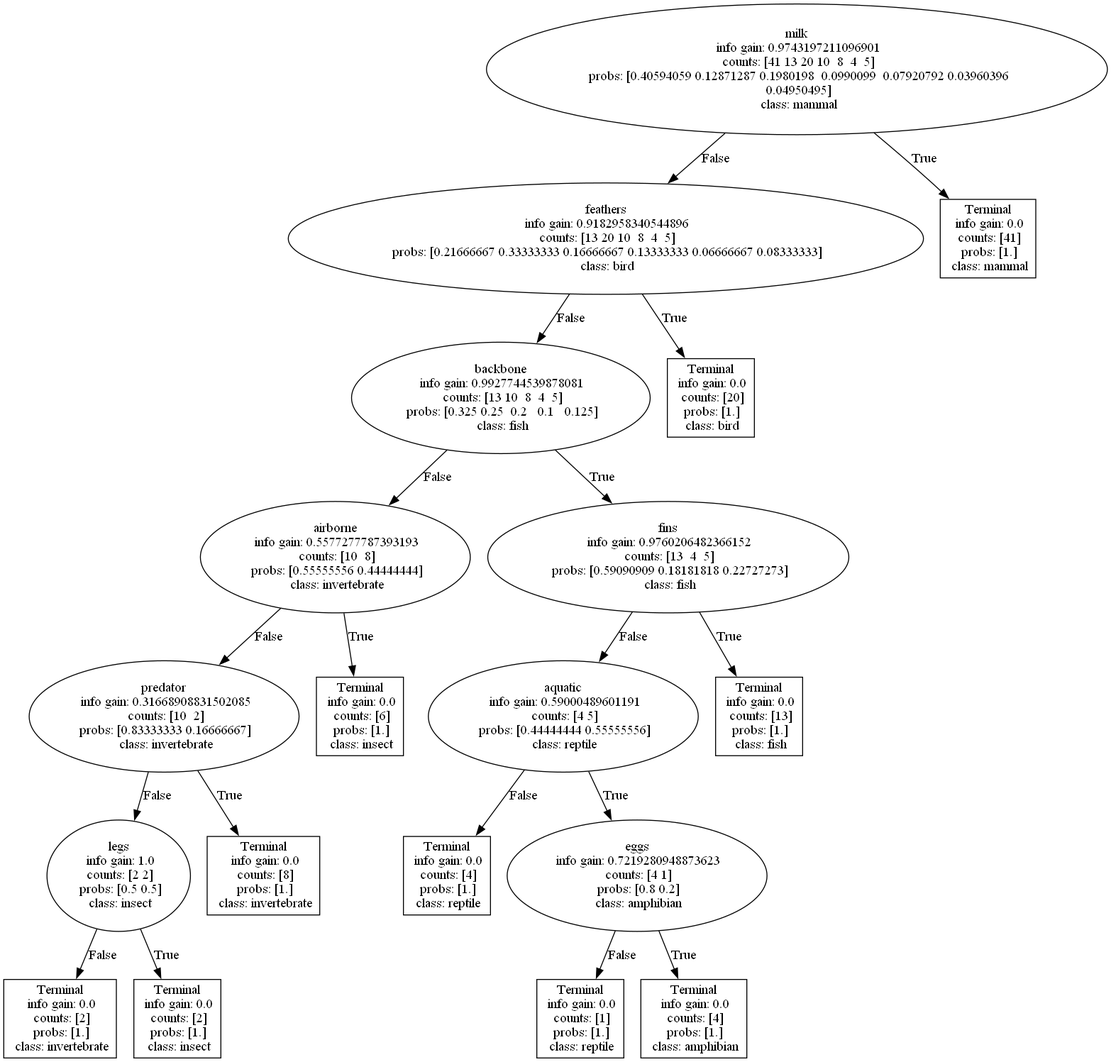
m-czarnota/computational-intelligence keeps this Graphviz diagram as machine-learning-1/zad2/Source.gv.png. Above is the earlier version. Its source is kept beside it as machine-learning-1/zad2/Source.gv.
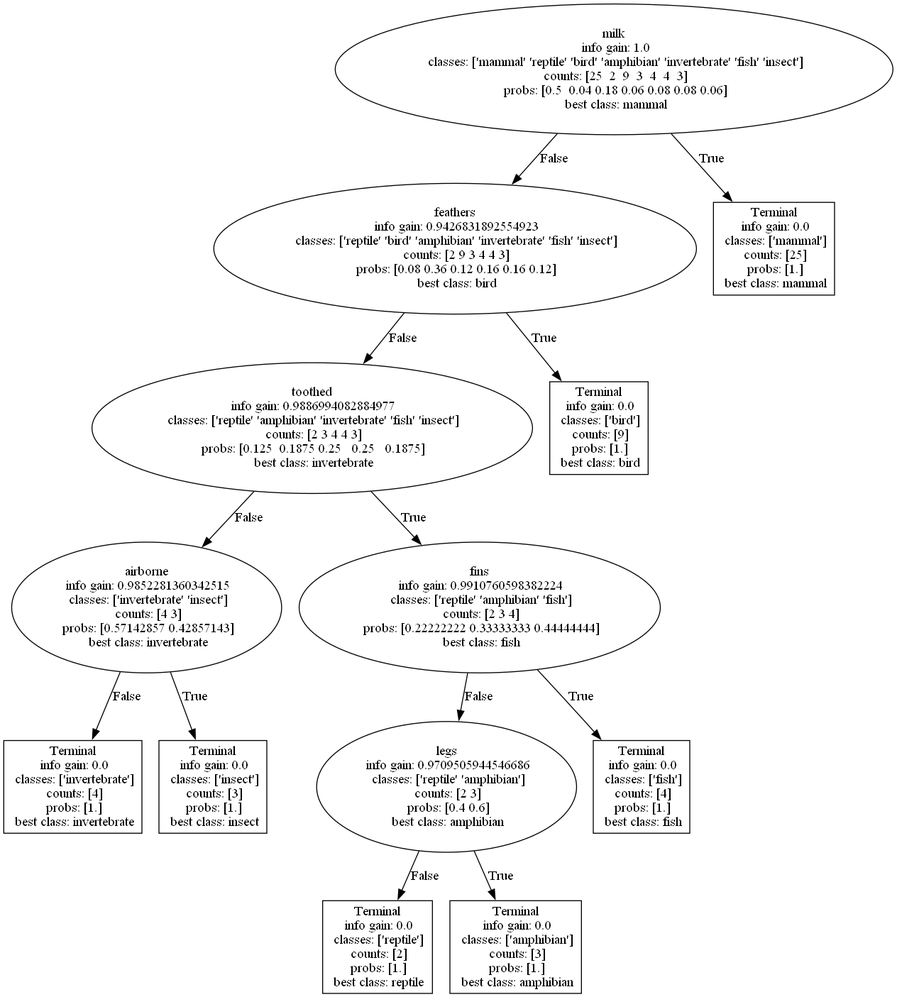
The same file after the commit.

Change to the diagram source:
```diff
@@ -1,153 +1,78 @@
-digraph G {0 [label="milk
- info gain: 0.9743197211096901
- counts: [41 13 20 10  8  4  5]
- probs: [0.40594059 0.12871287 0.1980198  0.0990099  0.07920792 0.03960396
- 0.04950495]
- class: mammal"]
-
-
-0->1 [label="False"]
-0->18 [label="True"]
-1 [label="feathers
- info gain: 0.9182958340544896
- counts: [13 20 10  8  4  5]
- probs: [0.21666667 0.33333333 0.16666667 0.13333333 0.06666667 0.08333333]
- class: bird"]
-
-
-1->2 [label="False"]
-1->17 [label="True"]
-18 [shape="box", label="Terminal
- info gain: 0.0
- counts: [41]
- probs: [1.]
- class: mammal"]
-
-
-2 [label="backbone
- info gain: 0.9927744539878081
- counts: [13 10  8  4  5]
- probs: [0.325 0.25  0.2   0.1   0.125]
- class: fish"]
-
-
-2->3 [label="False"]
-2->10 [label="True"]
-17 [shape="box", label="Terminal
- info gain: 0.0
- counts: [20]
- probs: [1.]
- class: bird"]
-
-
-3 [label="airborne
- info gain: 0.5577277787393193
- counts: [10  8]
- probs: [0.55555556 0.44444444]
- class: invertebrate"]
-
-
-3->4 [label="False"]
-3->9 [label="True"]
-10 [label="fins
- info gain: 0.9760206482366152
- counts: [13  4  5]
- probs: [0.59090909 0.18181818 0.22727273]
- class: fish"]
-
-
-10->11 [label="False"]
-10->16 [label="True"]
-4 [label="predator
- info gain: 0.31668908831502085
- counts: [10  2]
- probs: [0.83333333 0.16666667]
- class: invertebrate"]
-
-
-4->5 [label="False"]
-4->8 [label="True"]
-9 [shape="box", label="Terminal
- info gain: 0.0
- counts: [6]
- probs: [1.]
- class: insect"]
-
-
-11 [label="aquatic
- info gain: 0.59000489601191
- counts: [4 5]
- probs: [0.44444444 0.55555556]
- class: reptile"]
-
-
-11->12 [label="False"]
-11->13 [label="True"]
-16 [shape="box", label="Terminal
- info gain: 0.0
- counts: [13]
- probs: [1.]
- class: fish"]
-
-
-5 [label="legs
+digraph G {0 [shape="ellipse", label="milk
  info gain: 1.0
- counts: [2 2]
- probs: [0.5 0.5]
- class: insect"]
-
-
-5->6 [label="False"]
-5->7 [label="True"]
-8 [shape="box", label="Terminal
- info gain: 0.0
- counts: [8]
- probs: [1.]
- class: invertebrate"]
-
-
+ classes: ['mammal' 'reptile' 'bird' 'amphibian' 'invertebrate' 'fish' 'insect']
+ counts: [25  2  9  3  4  4  3]
+ probs: [0.5  0.04 0.18 0.06 0.08 0.08 0.06]
+ best class: mammal"]0->1 [label="False"]
+0->12 [label="True"]
+1 [shape="ellipse", label="feathers
+ info gain: 0.9426831892554923
+ classes: ['reptile' 'bird' 'amphibian' 'invertebrate' 'fish' 'insect']
+ counts: [2 9 3 4 4 3]
+ probs: [0.08 0.36 0.12 0.16 0.16 0.12]
+ best class: bird"]1->2 [label="False"]
+1->11 [label="True"]
 12 [shape="box", label="Terminal
  info gain: 0.0
+ classes: ['mammal']
+ counts: [25]
+ probs: [1.]
+ best class: mammal"]2 [shape="ellipse", label="toothed
+ info gain: 0.9886994082884977
+ classes: ['reptile' 'amphibian' 'invertebrate' 'fish' 'insect']
+ counts: [2 3 4 4 3]
+ probs: [0.125  0.1875 0.25   0.25   0.1875]
+ best class: invertebrate"]2->3 [label="False"]
+2->6 [label="True"]
+11 [shape="box", label="Terminal
+ info gain: 0.0
+ classes: ['bird']
+ counts: [9]
+ probs: [1.]
+ best class: bird"]3 [shape="ellipse", label="airborne
+ info gain: 0.9852281360342515
+ classes: ['invertebrate' 'insect']
+ counts: [4 3]
+ probs: [0.57142857 0.42857143]
+ best class: invertebrate"]3->4 [label="False"]
+3->5 [label="True"]
+6 [shape="ellipse", label="fins
+ info gain: 0.9910760598382224
+ classes: ['reptile' 'amphibian' 'fish']
+ counts: [2 3 4]
+ probs: [0.22222222 0.33333333 0.44444444]
+ best class: fish"]6->7 [label="False"]
+6->10 [label="True"]
+4 [shape="box", label="Terminal
+ info gain: 0.0
+ classes: ['invertebrate']
  counts: [4]
  probs: [1.]
- class: reptile"]
-
-
-13 [label="eggs
- info gain: 0.7219280948873623
- counts: [4 1]
- probs: [0.8 0.2]
- class: amphibian"]
-
-
-13->14 [label="False"]
-13->15 [label="True"]
-6 [shape="box", label="Terminal
+ best class: invertebrate"]5 [shape="box", label="Terminal
  info gain: 0.0
+ classes: ['insect']
+ counts: [3]
+ probs: [1.]
+ best class: insect"]7 [shape="ellipse", label="legs
+ info gain: 0.9709505944546686
+ classes: ['reptile' 'amphibian']
+ counts: [2 3]
+ probs: [0.4 0.6]
+ best class: amphibian"]7->8 [label="False"]
+7->9 [label="True"]
+10 [shape="box", label="Terminal
+ info gain: 0.0
+ classes: ['fish']
+ counts: [4]
+ probs: [1.]
+ best class: fish"]8 [shape="box", label="Terminal
+ info gain: 0.0
+ classes: ['reptile']
  counts: [2]
  probs: [1.]
- class: invertebrate"]
-
-
-7 [shape="box", label="Terminal
+ best class: reptile"]9 [shape="box", label="Terminal
  info gain: 0.0
- counts: [2]
+ classes: ['amphibian']
+ counts: [3]
  probs: [1.]
- class: insect"]
-
-
-14 [shape="box", label="Terminal
- info gain: 0.0
- counts: [1]
- probs: [1.]
- class: reptile"]
-
-
-15 [shape="box", label="Terminal
- info gain: 0.0
- counts: [4]
- probs: [1.]
- class: amphibian"]
-
-
-}
+ best class: amphibian"]}
```
